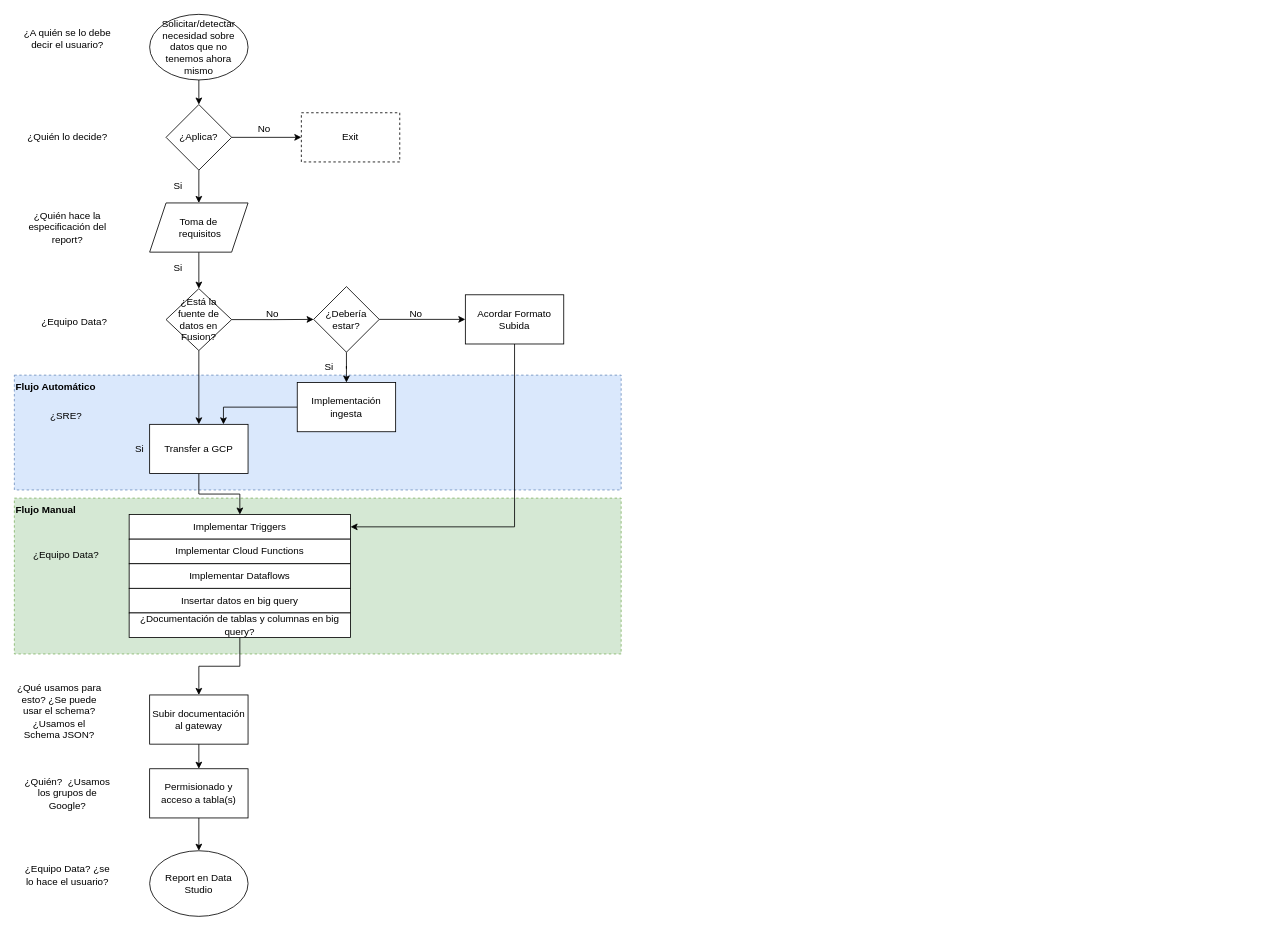
Earlier version of the draw.io diagram userreporting.drawio (garretus/draw.io). Source tidied: cells renumbered, new cells numbered last; positions are measured from the earlier drawing's top-left corner, leaving out a move shared by most shapes. Both pictures are drawn from the tidied source at 82%, with x=0, y=0 at pixel (14, 14).
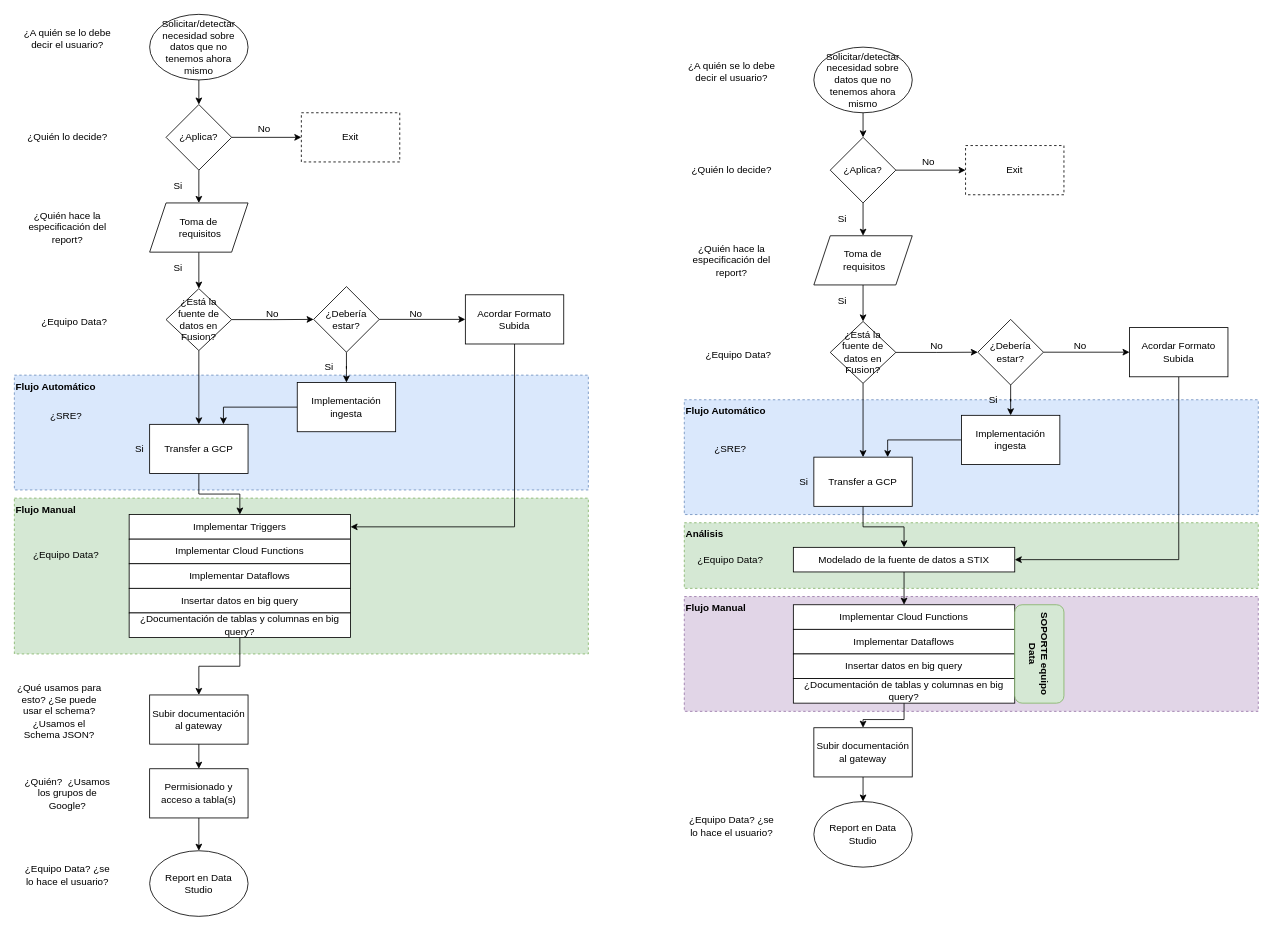
The same page after the edit.

Change to the diagram source:
```diff
@@
+    <mxCell id="51" value="&lt;b&gt;Flujo Manual&lt;/b&gt;" style="rounded=0;whiteSpace=wrap;html=1;align=left;verticalAlign=top;fillColor=#e1d5e7;strokeColor=#9673a6;dashed=1;" parent="1" vertex="1">
+      <mxGeometry x="817" y="710" width="700" height="140" as="geometry" />
+    </mxCell>
+    <mxCell id="52" value="&lt;b&gt;Análisis&lt;/b&gt;" style="rounded=0;whiteSpace=wrap;html=1;align=left;verticalAlign=top;fillColor=#d5e8d4;strokeColor=#82b366;dashed=1;" parent="1" vertex="1">
+      <mxGeometry x="817" y="620" width="700" height="80" as="geometry" />
+    </mxCell>
+    <mxCell id="53" value="&lt;b&gt;Flujo Automático&lt;/b&gt;" style="rounded=0;whiteSpace=wrap;html=1;align=left;verticalAlign=top;fillColor=#dae8fc;strokeColor=#6c8ebf;dashed=1;" parent="1" vertex="1">
+      <mxGeometry x="817" y="470" width="700" height="140" as="geometry" />
+    </mxCell>
     <mxCell id="2" value="&lt;b&gt;Flujo Manual&lt;/b&gt;" style="rounded=0;whiteSpace=wrap;html=1;align=left;verticalAlign=top;fillColor=#d5e8d4;strokeColor=#82b366;dashed=1;" parent="1" vertex="1">
-      <mxGeometry y="590" width="740" height="190" as="geometry" />
+      <mxGeometry y="590" width="700" height="190" as="geometry" />
     </mxCell>
     <mxCell id="3" value="&lt;b&gt;Flujo Automático&lt;/b&gt;" style="rounded=0;whiteSpace=wrap;html=1;align=left;verticalAlign=top;fillColor=#dae8fc;strokeColor=#6c8ebf;dashed=1;" parent="1" vertex="1">
-      <mxGeometry y="440" width="740" height="140" as="geometry" />
+      <mxGeometry y="440" width="700" height="140" as="geometry" />
     </mxCell>
@@
+    <mxCell id="54" style="edgeStyle=orthogonalEdgeStyle;rounded=0;jettySize=auto;html=1;exitX=1;exitY=0.5;exitDx=0;exitDy=0;entryX=0;entryY=0.5;entryDx=0;entryDy=0;" parent="1" edge="1" source="56" target="85">
+      <mxGeometry relative="1" as="geometry" />
+    </mxCell>
+    <mxCell id="55" style="edgeStyle=orthogonalEdgeStyle;rounded=0;jettySize=auto;html=1;exitX=0.5;exitY=1;exitDx=0;exitDy=0;" parent="1" edge="1" source="56" target="87">
+      <mxGeometry relative="1" as="geometry" />
+    </mxCell>
+    <mxCell id="56" value="¿Aplica?" style="rhombus;whiteSpace=wrap;html=1;" parent="1" vertex="1">
+      <mxGeometry x="995" y="150" width="80" height="80" as="geometry" />
+    </mxCell>
+    <mxCell id="57" value="¿Quién lo decide?" style="text;html=1;strokeColor=none;fillColor=none;align=center;verticalAlign=middle;whiteSpace=wrap;rounded=0;" parent="1" vertex="1">
+      <mxGeometry x="820" y="180" width="110" height="20" as="geometry" />
+    </mxCell>
+    <mxCell id="58" value="¿A quién se lo debe decir el usuario?" style="text;html=1;strokeColor=none;fillColor=none;align=center;verticalAlign=middle;whiteSpace=wrap;rounded=0;" parent="1" vertex="1">
+      <mxGeometry x="820" y="60" width="110" height="20" as="geometry" />
+    </mxCell>
+    <mxCell id="59" value="¿Quién hace la especificación del report?" style="text;html=1;strokeColor=none;fillColor=none;align=center;verticalAlign=middle;whiteSpace=wrap;rounded=0;" parent="1" vertex="1">
+      <mxGeometry x="820" y="290" width="110" height="20" as="geometry" />
+    </mxCell>
+    <mxCell id="60" style="edgeStyle=orthogonalEdgeStyle;rounded=0;jettySize=auto;html=1;exitX=1;exitY=0.5;exitDx=0;exitDy=0;entryX=0;entryY=0.5;entryDx=0;entryDy=0;" parent="1" edge="1" source="62" target="65">
+      <mxGeometry relative="1" as="geometry" />
+    </mxCell>
+    <mxCell id="61" style="edgeStyle=orthogonalEdgeStyle;rounded=0;jettySize=auto;html=1;exitX=0.5;exitY=1;exitDx=0;exitDy=0;" parent="1" edge="1" source="62" target="97">
+      <mxGeometry relative="1" as="geometry" />
+    </mxCell>
+    <mxCell id="62" value="¿Está la fuente de datos en Fusion?" style="rhombus;whiteSpace=wrap;html=1;" parent="1" vertex="1">
+      <mxGeometry x="995" y="374.5" width="80" height="75.5" as="geometry" />
+    </mxCell>
+    <mxCell id="63" style="edgeStyle=orthogonalEdgeStyle;rounded=0;jettySize=auto;html=1;exitX=1;exitY=0.5;exitDx=0;exitDy=0;entryX=0;entryY=0.5;entryDx=0;entryDy=0;" parent="1" edge="1" source="65" target="80">
+      <mxGeometry relative="1" as="geometry" />
+    </mxCell>
+    <mxCell id="64" style="edgeStyle=orthogonalEdgeStyle;rounded=0;jettySize=auto;html=1;exitX=0.5;exitY=1;exitDx=0;exitDy=0;" parent="1" edge="1" source="65" target="69">
+      <mxGeometry relative="1" as="geometry" />
+    </mxCell>
+    <mxCell id="65" value="¿Debería estar?" style="rhombus;whiteSpace=wrap;html=1;" parent="1" vertex="1">
+      <mxGeometry x="1175" y="372" width="80" height="80" as="geometry" />
+    </mxCell>
+    <mxCell id="66" style="edgeStyle=orthogonalEdgeStyle;rounded=0;jettySize=auto;html=1;exitX=0.5;exitY=1;exitDx=0;exitDy=0;entryX=0.5;entryY=0;entryDx=0;entryDy=0;" parent="1" edge="1" source="67" target="56">
+      <mxGeometry relative="1" as="geometry" />
+    </mxCell>
+    <mxCell id="67" value="&lt;span&gt;Solicitar/detectar necesidad sobre datos que no tenemos ahora mismo&lt;/span&gt;" style="ellipse;whiteSpace=wrap;html=1;" parent="1" vertex="1">
+      <mxGeometry x="975" y="40" width="120" height="80" as="geometry" />
+    </mxCell>
+    <mxCell id="68" style="edgeStyle=orthogonalEdgeStyle;rounded=0;jettySize=auto;html=1;exitX=0;exitY=0.5;exitDx=0;exitDy=0;entryX=0.75;entryY=0;entryDx=0;entryDy=0;" parent="1" edge="1" source="69" target="97">
+      <mxGeometry relative="1" as="geometry" />
+    </mxCell>
+    <mxCell id="69" value="Implementación ingesta" style="rounded=0;whiteSpace=wrap;html=1;" parent="1" vertex="1">
+      <mxGeometry x="1155" y="489" width="120" height="60" as="geometry" />
+    </mxCell>
+    <mxCell id="70" value="¿SRE?&amp;nbsp;" style="text;html=1;strokeColor=none;fillColor=none;align=center;verticalAlign=middle;whiteSpace=wrap;rounded=0;" parent="1" vertex="1">
+      <mxGeometry x="820" y="520" width="110" height="20" as="geometry" />
+    </mxCell>
+    <mxCell id="71" style="edgeStyle=orthogonalEdgeStyle;rounded=0;jettySize=auto;html=1;exitX=0.5;exitY=1;exitDx=0;exitDy=0;entryX=0.5;entryY=0;entryDx=0;entryDy=0;" parent="1" edge="1" source="72" target="73">
+      <mxGeometry relative="1" as="geometry" />
+    </mxCell>
+    <mxCell id="72" value="Modelado de la fuente de datos a STIX" style="rounded=0;whiteSpace=wrap;html=1;" parent="1" vertex="1">
+      <mxGeometry x="950" y="650" width="270" height="30" as="geometry" />
+    </mxCell>
+    <mxCell id="73" value="Implementar Cloud Functions" style="rounded=0;whiteSpace=wrap;html=1;" parent="1" vertex="1">
+      <mxGeometry x="950" y="720" width="270" height="30" as="geometry" />
+    </mxCell>
+    <mxCell id="74" value="Implementar Dataflows" style="rounded=0;whiteSpace=wrap;html=1;" parent="1" vertex="1">
+      <mxGeometry x="950" y="750" width="270" height="30" as="geometry" />
+    </mxCell>
+    <mxCell id="75" value="Insertar datos en big query" style="rounded=0;whiteSpace=wrap;html=1;" parent="1" vertex="1">
+      <mxGeometry x="950" y="780" width="270" height="30" as="geometry" />
+    </mxCell>
+    <mxCell id="76" value="¿Equipo Data?&amp;nbsp;" style="text;html=1;strokeColor=none;fillColor=none;align=center;verticalAlign=middle;whiteSpace=wrap;rounded=0;" parent="1" vertex="1">
+      <mxGeometry x="820" y="655" width="110" height="20" as="geometry" />
+    </mxCell>
+    <mxCell id="77" value="Report en Data Studio" style="ellipse;whiteSpace=wrap;html=1;" parent="1" vertex="1">
+      <mxGeometry x="975" y="960" width="120" height="80" as="geometry" />
+    </mxCell>
+    <mxCell id="78" value="¿Equipo Data? ¿se lo hace el usuario?" style="text;html=1;strokeColor=none;fillColor=none;align=center;verticalAlign=middle;whiteSpace=wrap;rounded=0;" parent="1" vertex="1">
+      <mxGeometry x="820" y="980" width="110" height="20" as="geometry" />
+    </mxCell>
+    <mxCell id="79" style="edgeStyle=orthogonalEdgeStyle;rounded=0;jettySize=auto;html=1;exitX=0.5;exitY=1;exitDx=0;exitDy=0;entryX=1;entryY=0.5;entryDx=0;entryDy=0;" parent="1" edge="1" source="80" target="72">
+      <mxGeometry relative="1" as="geometry" />
+    </mxCell>
+    <mxCell id="80" value="Acordar Formato Subida" style="rounded=0;whiteSpace=wrap;html=1;" parent="1" vertex="1">
+      <mxGeometry x="1360" y="382" width="120" height="60" as="geometry" />
+    </mxCell>
+    <mxCell id="81" style="edgeStyle=orthogonalEdgeStyle;rounded=0;jettySize=auto;html=1;exitX=0.5;exitY=1;exitDx=0;exitDy=0;" parent="1" edge="1" source="82" target="84">
+      <mxGeometry relative="1" as="geometry" />
+    </mxCell>
+    <mxCell id="82" value="¿Documentación de tablas y columnas en big query?" style="rounded=0;whiteSpace=wrap;html=1;" parent="1" vertex="1">
+      <mxGeometry x="950" y="810" width="270" height="30" as="geometry" />
+    </mxCell>
+    <mxCell id="83" style="edgeStyle=orthogonalEdgeStyle;rounded=0;jettySize=auto;html=1;exitX=0.5;exitY=1;exitDx=0;exitDy=0;entryX=0.5;entryY=0;entryDx=0;entryDy=0;" parent="1" edge="1" source="84" target="77">
+      <mxGeometry relative="1" as="geometry" />
+    </mxCell>
+    <mxCell id="84" value="Subir documentación al gateway" style="rounded=0;whiteSpace=wrap;html=1;" parent="1" vertex="1">
+      <mxGeometry x="975" y="870" width="120" height="60" as="geometry" />
+    </mxCell>
+    <mxCell id="85" value="Exit" style="rounded=0;whiteSpace=wrap;html=1;dashed=1;" parent="1" vertex="1">
+      <mxGeometry x="1160" y="160" width="120" height="60" as="geometry" />
+    </mxCell>
+    <mxCell id="86" style="edgeStyle=orthogonalEdgeStyle;rounded=0;jettySize=auto;html=1;exitX=0.5;exitY=1;exitDx=0;exitDy=0;entryX=0.5;entryY=0;entryDx=0;entryDy=0;" parent="1" edge="1" source="87" target="62">
+      <mxGeometry relative="1" as="geometry" />
+    </mxCell>
+    <mxCell id="87" value="&lt;span&gt;Toma de&lt;br&gt;&amp;nbsp;requisitos&lt;/span&gt;" style="shape=parallelogram;perimeter=parallelogramPerimeter;whiteSpace=wrap;html=1;fixedSize=1;align=center;" parent="1" vertex="1">
+      <mxGeometry x="975" y="270" width="120" height="60" as="geometry" />
+    </mxCell>
+    <mxCell id="88" value="No" style="text;html=1;strokeColor=none;fillColor=none;align=center;verticalAlign=middle;whiteSpace=wrap;rounded=0;" parent="1" vertex="1">
+      <mxGeometry x="1095" y="170" width="40" height="20" as="geometry" />
+    </mxCell>
+    <mxCell id="89" value="No" style="text;html=1;strokeColor=none;fillColor=none;align=center;verticalAlign=middle;whiteSpace=wrap;rounded=0;" parent="1" vertex="1">
+      <mxGeometry x="1105" y="395" width="40" height="20" as="geometry" />
+    </mxCell>
+    <mxCell id="90" value="No" style="text;html=1;strokeColor=none;fillColor=none;align=center;verticalAlign=middle;whiteSpace=wrap;rounded=0;" parent="1" vertex="1">
+      <mxGeometry x="1280" y="395" width="40" height="20" as="geometry" />
+    </mxCell>
+    <mxCell id="91" value="Si" style="text;html=1;strokeColor=none;fillColor=none;align=center;verticalAlign=middle;whiteSpace=wrap;rounded=0;" parent="1" vertex="1">
+      <mxGeometry x="990" y="240" width="40" height="20" as="geometry" />
+    </mxCell>
+    <mxCell id="92" value="Si" style="text;html=1;strokeColor=none;fillColor=none;align=center;verticalAlign=middle;whiteSpace=wrap;rounded=0;" parent="1" vertex="1">
+      <mxGeometry x="990" y="340" width="40" height="20" as="geometry" />
+    </mxCell>
+    <mxCell id="93" value="Si" style="text;html=1;strokeColor=none;fillColor=none;align=center;verticalAlign=middle;whiteSpace=wrap;rounded=0;" parent="1" vertex="1">
+      <mxGeometry x="1174" y="460" width="40" height="20" as="geometry" />
+    </mxCell>
+    <mxCell id="94" value="Si" style="text;html=1;strokeColor=none;fillColor=none;align=center;verticalAlign=middle;whiteSpace=wrap;rounded=0;" parent="1" vertex="1">
+      <mxGeometry x="943" y="560" width="40" height="20" as="geometry" />
+    </mxCell>
+    <mxCell id="95" value="¿Equipo Data?&amp;nbsp;" style="text;html=1;strokeColor=none;fillColor=none;align=center;verticalAlign=middle;whiteSpace=wrap;rounded=0;" parent="1" vertex="1">
+      <mxGeometry x="830" y="405" width="110" height="20" as="geometry" />
+    </mxCell>
+    <mxCell id="96" style="edgeStyle=orthogonalEdgeStyle;rounded=0;jettySize=auto;html=1;exitX=0.5;exitY=1;exitDx=0;exitDy=0;" parent="1" edge="1" source="97" target="72">
+      <mxGeometry relative="1" as="geometry" />
+    </mxCell>
+    <mxCell id="97" value="Transfer a GCP" style="rounded=0;whiteSpace=wrap;html=1;" parent="1" vertex="1">
+      <mxGeometry x="975" y="540" width="120" height="60" as="geometry" />
+    </mxCell>
+    <mxCell id="98" value="SOPORTE equipo Data" style="rounded=1;whiteSpace=wrap;html=1;fillColor=#d5e8d4;strokeColor=#82b366;rotation=90;fontStyle=1;" parent="1" vertex="1">
+      <mxGeometry x="1190" y="750" width="120" height="60" as="geometry" />
+    </mxCell>
```
